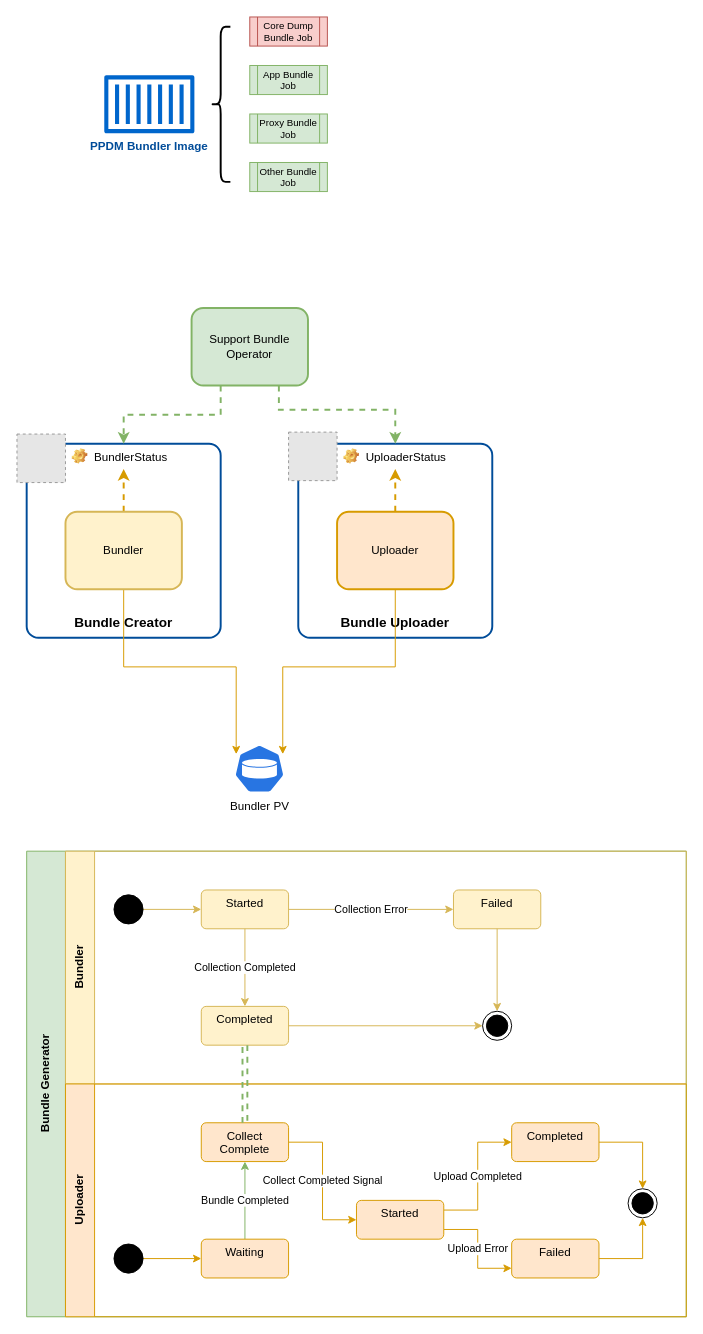
The draw.io diagram page "Bundler" (10 of 12) of st/K8S_Logging.drawio in gaivin/drawio, before the edit. Source tidied: cells renumbered, new cells numbered last; positions are measured from the earlier drawing's top-left corner, leaving out a move shared by most shapes. Both pictures are drawn from the tidied source at 97%, with x=0, y=0 at pixel (16, 16). Pictures stored in the file or linked from it are replaced by grey dashed boxes.
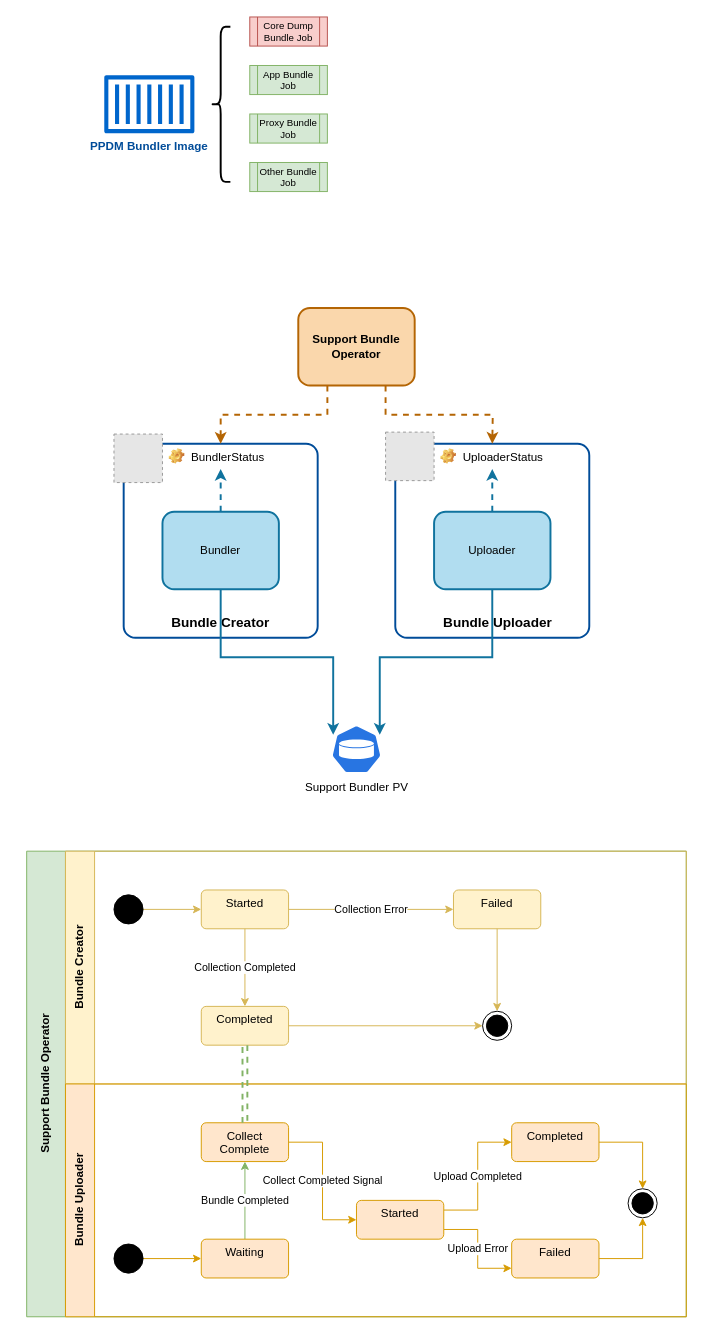
Above is the later version.

Change to the diagram source:
```diff
@@
-    <mxCell id="2" value="&lt;br style=&quot;font-size: 14px;&quot;&gt;&lt;br style=&quot;font-size: 14px;&quot;&gt;&lt;br style=&quot;font-size: 14px;&quot;&gt;&lt;br style=&quot;font-size: 14px;&quot;&gt;&lt;br style=&quot;font-size: 14px;&quot;&gt;&lt;br style=&quot;font-size: 14px;&quot;&gt;&lt;br style=&quot;font-size: 14px;&quot;&gt;&lt;br style=&quot;font-size: 14px;&quot;&gt;&lt;br style=&quot;font-size: 14px;&quot;&gt;&lt;br style=&quot;font-size: 14px;&quot;&gt;Bundle Uploader" style="rounded=1;whiteSpace=wrap;html=1;fontFamily=Helvetica;fontSize=14;fontColor=default;align=center;strokeColor=#004C99;fillColor=none;strokeWidth=2;fillStyle=solid;arcSize=6;labelPosition=center;verticalLabelPosition=middle;verticalAlign=middle;fontStyle=1;" parent="1" vertex="1">
-      <mxGeometry x="290" y="440" width="200" height="200" as="geometry" />
+    <mxCell id="2" value="&lt;br style=&quot;font-size: 14px;&quot;&gt;&lt;br style=&quot;font-size: 14px;&quot;&gt;&lt;br style=&quot;font-size: 14px;&quot;&gt;&lt;br style=&quot;font-size: 14px;&quot;&gt;&lt;br style=&quot;font-size: 14px;&quot;&gt;&lt;br style=&quot;font-size: 14px;&quot;&gt;&lt;br style=&quot;font-size: 14px;&quot;&gt;&lt;br style=&quot;font-size: 14px;&quot;&gt;&lt;br style=&quot;font-size: 14px;&quot;&gt;&lt;br style=&quot;font-size: 14px;&quot;&gt;&amp;nbsp; &amp;nbsp;Bundle Uploader" style="rounded=1;whiteSpace=wrap;html=1;fontFamily=Helvetica;fontSize=14;fontColor=default;align=center;strokeColor=#004C99;fillColor=none;strokeWidth=2;fillStyle=solid;arcSize=6;labelPosition=center;verticalLabelPosition=middle;verticalAlign=middle;fontStyle=1;" parent="1" vertex="1">
+      <mxGeometry x="390" y="440" width="200" height="200" as="geometry" />
     </mxCell>
@@
     <mxCell id="9" value="&lt;br style=&quot;font-size: 14px;&quot;&gt;&lt;br style=&quot;font-size: 14px;&quot;&gt;&lt;br style=&quot;font-size: 14px;&quot;&gt;&lt;br style=&quot;font-size: 14px;&quot;&gt;&lt;br style=&quot;font-size: 14px;&quot;&gt;&lt;br style=&quot;font-size: 14px;&quot;&gt;&lt;br style=&quot;font-size: 14px;&quot;&gt;&lt;br style=&quot;font-size: 14px;&quot;&gt;&lt;br style=&quot;font-size: 14px;&quot;&gt;&lt;br style=&quot;font-size: 14px;&quot;&gt;Bundle Creator" style="rounded=1;whiteSpace=wrap;html=1;fontFamily=Helvetica;fontSize=14;fontColor=default;align=center;strokeColor=#004C99;fillColor=none;strokeWidth=2;fillStyle=solid;arcSize=6;labelPosition=center;verticalLabelPosition=middle;verticalAlign=middle;fontStyle=1;" parent="1" vertex="1">
-      <mxGeometry x="10" y="440" width="200" height="200" as="geometry" />
+      <mxGeometry x="110" y="440" width="200" height="200" as="geometry" />
     </mxCell>
-    <mxCell id="10" style="edgeStyle=orthogonalEdgeStyle;rounded=0;jettySize=auto;html=1;exitX=0.5;exitY=1;exitDx=0;exitDy=0;entryX=0.1;entryY=0.2;entryDx=0;entryDy=0;entryPerimeter=0;fillColor=#ffe6cc;strokeColor=#d79b00;" parent="1" edge="1" source="12" target="16">
+    <mxCell id="10" style="edgeStyle=orthogonalEdgeStyle;rounded=0;jettySize=auto;html=1;exitX=0.5;exitY=1;exitDx=0;exitDy=0;entryX=0.1;entryY=0.2;entryDx=0;entryDy=0;entryPerimeter=0;fillColor=#b1ddf0;strokeColor=#10739e;strokeWidth=2;" parent="1" edge="1" source="12" target="16">
       <mxGeometry relative="1" as="geometry" />
     </mxCell>
-    <mxCell id="11" style="edgeStyle=orthogonalEdgeStyle;rounded=0;jettySize=auto;html=1;exitX=0.5;exitY=0;exitDx=0;exitDy=0;entryX=0.5;entryY=1;entryDx=0;entryDy=0;dashed=1;strokeWidth=2;fillColor=#ffe6cc;strokeColor=#d79b00;" parent="1" edge="1" source="12" target="18">
+    <mxCell id="11" style="edgeStyle=orthogonalEdgeStyle;rounded=0;jettySize=auto;html=1;exitX=0.5;exitY=0;exitDx=0;exitDy=0;entryX=0.5;entryY=1;entryDx=0;entryDy=0;dashed=1;strokeWidth=2;fillColor=#b1ddf0;strokeColor=#10739e;" parent="1" edge="1" source="12" target="18">
       <mxGeometry relative="1" as="geometry" />
     </mxCell>
-    <mxCell id="12" value="Bundler" style="rounded=1;whiteSpace=wrap;html=1;fillColor=#fff2cc;strokeColor=#d6b656;strokeWidth=2;" parent="1" vertex="1">
-      <mxGeometry x="50" y="510" width="120" height="80" as="geometry" />
+    <mxCell id="12" value="Bundler" style="rounded=1;whiteSpace=wrap;html=1;fillColor=#b1ddf0;strokeColor=#10739e;strokeWidth=2;" parent="1" vertex="1">
+      <mxGeometry x="150" y="510" width="120" height="80" as="geometry" />
     </mxCell>
-    <mxCell id="13" style="edgeStyle=orthogonalEdgeStyle;rounded=0;jettySize=auto;html=1;exitX=0.5;exitY=1;exitDx=0;exitDy=0;entryX=0.9;entryY=0.2;entryDx=0;entryDy=0;entryPerimeter=0;fillColor=#ffe6cc;strokeColor=#d79b00;" parent="1" edge="1" source="15" target="16">
+    <mxCell id="13" style="edgeStyle=orthogonalEdgeStyle;rounded=0;jettySize=auto;html=1;exitX=0.5;exitY=1;exitDx=0;exitDy=0;entryX=0.9;entryY=0.2;entryDx=0;entryDy=0;entryPerimeter=0;fillColor=#b1ddf0;strokeColor=#10739e;strokeWidth=2;" parent="1" edge="1" source="15" target="16">
       <mxGeometry relative="1" as="geometry" />
     </mxCell>
-    <mxCell id="14" style="edgeStyle=orthogonalEdgeStyle;rounded=0;jettySize=auto;html=1;exitX=0.5;exitY=0;exitDx=0;exitDy=0;entryX=0.5;entryY=1;entryDx=0;entryDy=0;dashed=1;strokeWidth=2;fillColor=#ffe6cc;strokeColor=#d79b00;" parent="1" edge="1" source="15" target="19">
+    <mxCell id="14" style="edgeStyle=orthogonalEdgeStyle;rounded=0;jettySize=auto;html=1;exitX=0.5;exitY=0;exitDx=0;exitDy=0;entryX=0.5;entryY=1;entryDx=0;entryDy=0;dashed=1;strokeWidth=2;fillColor=#b1ddf0;strokeColor=#10739e;" parent="1" edge="1" source="15" target="19">
       <mxGeometry relative="1" as="geometry" />
     </mxCell>
-    <mxCell id="15" value="Uploader" style="rounded=1;whiteSpace=wrap;html=1;fillColor=#ffe6cc;strokeColor=#d79b00;strokeWidth=2;" parent="1" vertex="1">
-      <mxGeometry x="330" y="510" width="120" height="80" as="geometry" />
+    <mxCell id="15" value="Uploader" style="rounded=1;whiteSpace=wrap;html=1;fillColor=#b1ddf0;strokeColor=#10739e;strokeWidth=2;" parent="1" vertex="1">
+      <mxGeometry x="430" y="510" width="120" height="80" as="geometry" />
     </mxCell>
-    <mxCell id="16" value="Bundler PV" style="sketch=0;html=1;dashed=0;whitespace=wrap;fillColor=#2875E2;strokeColor=#ffffff;points=[[0.005,0.63,0],[0.1,0.2,0],[0.9,0.2,0],[0.5,0,0],[0.995,0.63,0],[0.72,0.99,0],[0.5,1,0],[0.28,0.99,0]];verticalLabelPosition=bottom;align=center;verticalAlign=top;shape=mxgraph.kubernetes.icon;prIcon=pv;" parent="1" vertex="1">
-      <mxGeometry x="220" y="750" width="60" height="50" as="geometry" />
+    <mxCell id="16" value="Support Bundler PV" style="sketch=0;html=1;dashed=0;whitespace=wrap;fillColor=#2875E2;strokeColor=#ffffff;points=[[0.005,0.63,0],[0.1,0.2,0],[0.9,0.2,0],[0.5,0,0],[0.995,0.63,0],[0.72,0.99,0],[0.5,1,0],[0.28,0.99,0]];verticalLabelPosition=bottom;align=center;verticalAlign=top;shape=mxgraph.kubernetes.icon;prIcon=pv;" parent="1" vertex="1">
+      <mxGeometry x="320" y="730" width="60" height="50" as="geometry" />
     </mxCell>
     <mxCell id="17" style="fillColor=#E6E6E6;strokeColor=#999999;dashed=1;verticalLabelPosition=bottom;verticalAlign=top;" parent="1" vertex="1">
-      <mxGeometry y="430" width="50" height="50" as="geometry" />
+      <mxGeometry x="100" y="430" width="50" height="50" as="geometry" />
     </mxCell>
     <mxCell id="18" value="BundlerStatus" style="label;fontStyle=0;strokeColor=none;fillColor=none;align=left;verticalAlign=top;overflow=hidden;spacingLeft=28;spacingRight=4;portConstraint=eastwest;imageWidth=16;imageHeight=16;whiteSpace=wrap;html=1;image=img/clipart/Gear_128x128.png;" parent="1" vertex="1">
-      <mxGeometry x="50" y="440" width="120" height="26" as="geometry" />
+      <mxGeometry x="150" y="440" width="120" height="26" as="geometry" />
     </mxCell>
     <mxCell id="19" value="UploaderStatus" style="label;fontStyle=0;strokeColor=none;fillColor=none;align=left;verticalAlign=top;overflow=hidden;spacingLeft=28;spacingRight=4;portConstraint=eastwest;imageWidth=16;imageHeight=16;whiteSpace=wrap;html=1;image=img/clipart/Gear_128x128.png;" parent="1" vertex="1">
-      <mxGeometry x="330" y="440" width="120" height="26" as="geometry" />
+      <mxGeometry x="430" y="440" width="120" height="26" as="geometry" />
     </mxCell>
-    <mxCell id="20" style="edgeStyle=orthogonalEdgeStyle;rounded=0;jettySize=auto;html=1;exitX=0.75;exitY=1;exitDx=0;exitDy=0;fillColor=#d5e8d4;strokeColor=#82b366;strokeWidth=2;dashed=1;" parent="1" edge="1" source="22">
+    <mxCell id="20" style="edgeStyle=orthogonalEdgeStyle;rounded=0;jettySize=auto;html=1;exitX=0.75;exitY=1;exitDx=0;exitDy=0;fillColor=#fad7ac;strokeColor=#b46504;strokeWidth=2;dashed=1;" parent="1" edge="1" source="22">
       <mxGeometry relative="1" as="geometry">
-        <mxPoint x="390" y="440" as="targetPoint" />
-        <Array as="points">
-          <mxPoint x="270" y="405" />
-          <mxPoint x="390" y="405" />
-        </Array>
+        <mxPoint x="490" y="440" as="targetPoint" />
       </mxGeometry>
     </mxCell>
-    <mxCell id="21" style="edgeStyle=orthogonalEdgeStyle;rounded=0;jettySize=auto;html=1;exitX=0.25;exitY=1;exitDx=0;exitDy=0;entryX=0.5;entryY=0;entryDx=0;entryDy=0;fillColor=#d5e8d4;strokeColor=#82b366;strokeWidth=2;dashed=1;" parent="1" edge="1" source="22" target="18">
+    <mxCell id="21" style="rounded=0;jettySize=auto;html=1;exitX=0.25;exitY=1;exitDx=0;exitDy=0;entryX=0.5;entryY=0;entryDx=0;entryDy=0;fillColor=#fad7ac;strokeColor=#b46504;strokeWidth=2;dashed=1;edgeStyle=orthogonalEdgeStyle;" parent="1" edge="1" source="22" target="18">
       <mxGeometry relative="1" as="geometry" />
     </mxCell>
-    <mxCell id="22" value="Support Bundle&lt;br&gt;Operator" style="rounded=1;whiteSpace=wrap;html=1;fillColor=#d5e8d4;strokeColor=#82b366;strokeWidth=2;" parent="1" vertex="1">
-      <mxGeometry x="180" y="300" width="120" height="80" as="geometry" />
+    <mxCell id="22" value="Support Bundle&lt;br&gt;Operator" style="rounded=1;whiteSpace=wrap;html=1;fillColor=#fad7ac;strokeColor=#b46504;strokeWidth=2;fontStyle=1;" parent="1" vertex="1">
+      <mxGeometry x="290" y="300" width="120" height="80" as="geometry" />
     </mxCell>
     <mxCell id="23" style="fillColor=#E6E6E6;strokeColor=#999999;dashed=1;verticalLabelPosition=bottom;verticalAlign=top;" parent="1" vertex="1">
-      <mxGeometry x="280" y="428" width="50" height="50" as="geometry" />
+      <mxGeometry x="380" y="428" width="50" height="50" as="geometry" />
     </mxCell>
-    <mxCell id="24" value="Bundle Generator" style="swimlane;horizontal=0;startSize=40;html=1;fillColor=#d5e8d4;strokeColor=#82b366;" parent="1" vertex="1">
+    <mxCell id="24" value="Support Bundle Operator" style="swimlane;horizontal=0;startSize=40;html=1;fillColor=#d5e8d4;strokeColor=#82b366;" parent="1" vertex="1">
       <mxGeometry x="10" y="860" width="680" height="480" as="geometry" />
     </mxCell>
-    <mxCell id="25" value="Bundler" style="swimlane;startSize=30;horizontal=0;html=1;fillColor=#fff2cc;strokeColor=#d6b656;" parent="24" vertex="1">
+    <mxCell id="25" value="Bundle Creator" style="swimlane;startSize=30;horizontal=0;html=1;fillColor=#fff2cc;strokeColor=#d6b656;" parent="24" vertex="1">
       <mxGeometry x="40" width="640" height="240" as="geometry" />
     </mxCell>
@@
-    <mxCell id="36" value="Uploader" style="swimlane;startSize=30;horizontal=0;html=1;fillColor=#ffe6cc;strokeColor=#d79b00;" parent="24" vertex="1">
+    <mxCell id="36" value="Bundle Uploader" style="swimlane;startSize=30;horizontal=0;html=1;fillColor=#ffe6cc;strokeColor=#d79b00;" parent="24" vertex="1">
       <mxGeometry x="40" y="240" width="640" height="240" as="geometry" />
     </mxCell>
```
